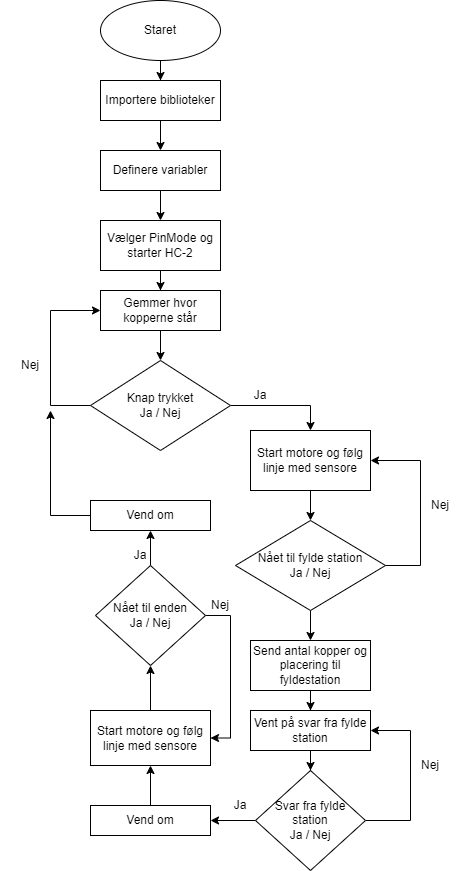
Above: Flowchart.png in Ronnow-og-Nielsens-Entreprenorfirma/Bajer-Transport-bot (draw.io), before the change. Source tidied: cells renumbered, new cells last; positions are measured from the earlier drawing's top-left corner, leaving out a move shared by most shapes. The source it was exported from:
```xml
<mxGraphModel>
  <root>
    <mxCell id="0" />
    <mxCell id="1" parent="0" />
    <mxCell id="2" style="edgeStyle=orthogonalEdgeStyle;rounded=0;jettySize=auto;html=1;" parent="1" edge="1" source="3" target="5">
      <mxGeometry relative="1" as="geometry" />
    </mxCell>
    <mxCell id="3" value="Staret" style="ellipse;whiteSpace=wrap;html=1;" parent="1" vertex="1">
      <mxGeometry x="100" width="120" height="60" as="geometry" />
    </mxCell>
    <mxCell id="4" style="edgeStyle=orthogonalEdgeStyle;rounded=0;jettySize=auto;html=1;" parent="1" edge="1" source="5" target="7">
      <mxGeometry relative="1" as="geometry" />
    </mxCell>
    <mxCell id="5" value="Importere biblioteker" style="rounded=0;whiteSpace=wrap;html=1;" parent="1" vertex="1">
      <mxGeometry x="100" y="80" width="120" height="40" as="geometry" />
    </mxCell>
    <mxCell id="6" style="edgeStyle=orthogonalEdgeStyle;rounded=0;jettySize=auto;html=1;" parent="1" edge="1" source="7" target="9">
      <mxGeometry relative="1" as="geometry" />
    </mxCell>
    <mxCell id="7" value="Definere variabler" style="rounded=0;whiteSpace=wrap;html=1;" parent="1" vertex="1">
      <mxGeometry x="100" y="150" width="120" height="40" as="geometry" />
    </mxCell>
    <mxCell id="8" style="edgeStyle=orthogonalEdgeStyle;rounded=0;jettySize=auto;html=1;" parent="1" edge="1" source="9" target="11">
      <mxGeometry relative="1" as="geometry" />
    </mxCell>
    <mxCell id="9" value="Vælger PinMode og starter HC-2" style="rounded=0;whiteSpace=wrap;html=1;" parent="1" vertex="1">
      <mxGeometry x="100" y="220" width="120" height="50" as="geometry" />
    </mxCell>
    <mxCell id="10" style="edgeStyle=orthogonalEdgeStyle;rounded=0;jettySize=auto;html=1;" parent="1" edge="1" source="11" target="14">
      <mxGeometry relative="1" as="geometry" />
    </mxCell>
    <mxCell id="11" value="Gemmer hvor kopperne står" style="rounded=0;whiteSpace=wrap;html=1;" parent="1" vertex="1">
      <mxGeometry x="100" y="290" width="120" height="40" as="geometry" />
    </mxCell>
    <mxCell id="12" style="edgeStyle=orthogonalEdgeStyle;rounded=0;jettySize=auto;html=1;entryX=0;entryY=0.5;entryDx=0;entryDy=0;" parent="1" edge="1" source="14" target="11">
      <mxGeometry relative="1" as="geometry">
        <Array as="points">
          <mxPoint x="50" y="405" />
          <mxPoint x="50" y="310" />
        </Array>
      </mxGeometry>
    </mxCell>
    <mxCell id="13" style="edgeStyle=orthogonalEdgeStyle;rounded=0;jettySize=auto;html=1;" parent="1" edge="1" source="14" target="17">
      <mxGeometry relative="1" as="geometry">
        <Array as="points">
          <mxPoint x="310" y="405" />
        </Array>
      </mxGeometry>
    </mxCell>
    <mxCell id="14" value="Knap trykket&lt;br&gt;Ja / Nej" style="rhombus;whiteSpace=wrap;html=1;" parent="1" vertex="1">
      <mxGeometry x="90" y="360" width="140" height="90" as="geometry" />
    </mxCell>
    <mxCell id="15" value="Nej" style="text;html=1;strokeColor=none;fillColor=none;align=center;verticalAlign=middle;whiteSpace=wrap;rounded=0;" parent="1" vertex="1">
      <mxGeometry y="350" width="60" height="30" as="geometry" />
    </mxCell>
    <mxCell id="16" style="edgeStyle=orthogonalEdgeStyle;rounded=0;jettySize=auto;html=1;" parent="1" edge="1" source="17" target="21">
      <mxGeometry relative="1" as="geometry" />
    </mxCell>
    <mxCell id="17" value="Start motore og følg linje med sensore" style="rounded=0;whiteSpace=wrap;html=1;" parent="1" vertex="1">
      <mxGeometry x="250" y="430" width="120" height="60" as="geometry" />
    </mxCell>
    <mxCell id="18" value="Ja" style="text;html=1;strokeColor=none;fillColor=none;align=center;verticalAlign=middle;whiteSpace=wrap;rounded=0;" parent="1" vertex="1">
      <mxGeometry x="230" y="380" width="60" height="30" as="geometry" />
    </mxCell>
    <mxCell id="19" style="edgeStyle=orthogonalEdgeStyle;rounded=0;jettySize=auto;html=1;entryX=1;entryY=0.5;entryDx=0;entryDy=0;" parent="1" edge="1" source="21" target="17">
      <mxGeometry relative="1" as="geometry">
        <Array as="points">
          <mxPoint x="420" y="565" />
          <mxPoint x="420" y="460" />
        </Array>
      </mxGeometry>
    </mxCell>
    <mxCell id="20" style="edgeStyle=orthogonalEdgeStyle;rounded=0;jettySize=auto;html=1;" parent="1" edge="1" source="21" target="24">
      <mxGeometry relative="1" as="geometry" />
    </mxCell>
    <mxCell id="21" value="Nået til fylde station&lt;br&gt;Ja / Nej" style="rhombus;whiteSpace=wrap;html=1;" parent="1" vertex="1">
      <mxGeometry x="235" y="520" width="150" height="90" as="geometry" />
    </mxCell>
    <mxCell id="22" value="Nej" style="text;html=1;strokeColor=none;fillColor=none;align=center;verticalAlign=middle;whiteSpace=wrap;rounded=0;" parent="1" vertex="1">
      <mxGeometry x="410" y="490" width="60" height="30" as="geometry" />
    </mxCell>
    <mxCell id="23" style="edgeStyle=orthogonalEdgeStyle;rounded=0;jettySize=auto;html=1;" parent="1" edge="1" source="24" target="29">
      <mxGeometry relative="1" as="geometry" />
    </mxCell>
    <mxCell id="24" value="Send antal kopper og placering til fyldestation" style="rounded=0;whiteSpace=wrap;html=1;" parent="1" vertex="1">
      <mxGeometry x="250" y="640" width="120" height="50" as="geometry" />
    </mxCell>
    <mxCell id="25" style="edgeStyle=orthogonalEdgeStyle;rounded=0;jettySize=auto;html=1;entryX=1;entryY=0.5;entryDx=0;entryDy=0;" parent="1" edge="1" source="27" target="29">
      <mxGeometry relative="1" as="geometry">
        <Array as="points">
          <mxPoint x="410" y="820" />
          <mxPoint x="410" y="730" />
        </Array>
      </mxGeometry>
    </mxCell>
    <mxCell id="26" style="edgeStyle=orthogonalEdgeStyle;rounded=0;jettySize=auto;html=1;" parent="1" edge="1" source="27" target="32">
      <mxGeometry relative="1" as="geometry" />
    </mxCell>
    <mxCell id="27" value="Svar fra fylde station&lt;br&gt;Ja / Nej" style="rhombus;whiteSpace=wrap;html=1;" parent="1" vertex="1">
      <mxGeometry x="255" y="770" width="110" height="100" as="geometry" />
    </mxCell>
    <mxCell id="28" style="edgeStyle=orthogonalEdgeStyle;rounded=0;jettySize=auto;html=1;" parent="1" edge="1" source="29" target="27">
      <mxGeometry relative="1" as="geometry" />
    </mxCell>
    <mxCell id="29" value="Vent på svar fra fylde station" style="rounded=0;whiteSpace=wrap;html=1;" parent="1" vertex="1">
      <mxGeometry x="250" y="710" width="120" height="40" as="geometry" />
    </mxCell>
    <mxCell id="30" value="Nej" style="text;html=1;strokeColor=none;fillColor=none;align=center;verticalAlign=middle;whiteSpace=wrap;rounded=0;" parent="1" vertex="1">
      <mxGeometry x="400" y="750" width="60" height="30" as="geometry" />
    </mxCell>
    <mxCell id="31" style="edgeStyle=orthogonalEdgeStyle;rounded=0;jettySize=auto;html=1;" parent="1" edge="1" source="32" target="35">
      <mxGeometry relative="1" as="geometry" />
    </mxCell>
    <mxCell id="32" value="Vend om" style="whiteSpace=wrap;html=1;" parent="1" vertex="1">
      <mxGeometry x="90" y="805" width="120" height="30" as="geometry" />
    </mxCell>
    <mxCell id="33" value="Ja" style="text;html=1;strokeColor=none;fillColor=none;align=center;verticalAlign=middle;whiteSpace=wrap;rounded=0;" parent="1" vertex="1">
      <mxGeometry x="210" y="790" width="60" height="30" as="geometry" />
    </mxCell>
    <mxCell id="34" style="edgeStyle=orthogonalEdgeStyle;rounded=0;jettySize=auto;html=1;" parent="1" edge="1" source="35" target="38">
      <mxGeometry relative="1" as="geometry" />
    </mxCell>
    <mxCell id="35" value="Start motore og følg linje med sensore" style="whiteSpace=wrap;html=1;" parent="1" vertex="1">
      <mxGeometry x="90" y="710" width="120" height="55" as="geometry" />
    </mxCell>
    <mxCell id="36" style="edgeStyle=orthogonalEdgeStyle;rounded=0;jettySize=auto;html=1;entryX=1;entryY=0.5;entryDx=0;entryDy=0;" parent="1" edge="1" source="38" target="35">
      <mxGeometry relative="1" as="geometry">
        <Array as="points">
          <mxPoint x="230" y="615" />
          <mxPoint x="230" y="738" />
        </Array>
      </mxGeometry>
    </mxCell>
    <mxCell id="37" style="edgeStyle=orthogonalEdgeStyle;rounded=0;jettySize=auto;html=1;" parent="1" edge="1" source="38" target="41">
      <mxGeometry relative="1" as="geometry" />
    </mxCell>
    <mxCell id="38" value="Nået til enden&lt;br&gt;Ja / Nej" style="rhombus;whiteSpace=wrap;html=1;" parent="1" vertex="1">
      <mxGeometry x="95" y="565" width="110" height="100" as="geometry" />
    </mxCell>
    <mxCell id="39" value="Nej" style="text;html=1;strokeColor=none;fillColor=none;align=center;verticalAlign=middle;whiteSpace=wrap;rounded=0;" parent="1" vertex="1">
      <mxGeometry x="190" y="590" width="60" height="30" as="geometry" />
    </mxCell>
    <mxCell id="40" style="edgeStyle=orthogonalEdgeStyle;rounded=0;jettySize=auto;html=1;" parent="1" edge="1" source="41">
      <mxGeometry relative="1" as="geometry">
        <mxPoint x="50" y="410" as="targetPoint" />
      </mxGeometry>
    </mxCell>
    <mxCell id="41" value="Vend om" style="rounded=0;whiteSpace=wrap;html=1;" parent="1" vertex="1">
      <mxGeometry x="90" y="500" width="120" height="30" as="geometry" />
    </mxCell>
    <mxCell id="42" value="Ja" style="text;html=1;strokeColor=none;fillColor=none;align=center;verticalAlign=middle;whiteSpace=wrap;rounded=0;" parent="1" vertex="1">
      <mxGeometry x="110" y="540" width="60" height="30" as="geometry" />
    </mxCell>
  </root>
</mxGraphModel>
```
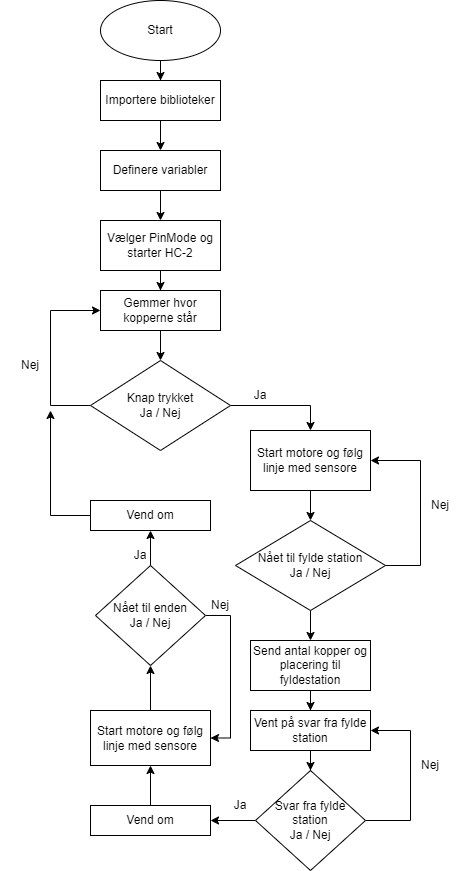
After the commit.

Diff of the diagram source:
```diff
@@ -5,7 +5,7 @@
     <mxCell id="2" style="edgeStyle=orthogonalEdgeStyle;rounded=0;jettySize=auto;html=1;" parent="1" edge="1" source="3" target="5">
       <mxGeometry relative="1" as="geometry" />
     </mxCell>
-    <mxCell id="3" value="Staret" style="ellipse;whiteSpace=wrap;html=1;" parent="1" vertex="1">
+    <mxCell id="3" value="Start" style="ellipse;whiteSpace=wrap;html=1;" parent="1" vertex="1">
       <mxGeometry x="100" width="120" height="60" as="geometry" />
     </mxCell>
     <mxCell id="4" style="edgeStyle=orthogonalEdgeStyle;rounded=0;jettySize=auto;html=1;" parent="1" edge="1" source="5" target="7">
```
